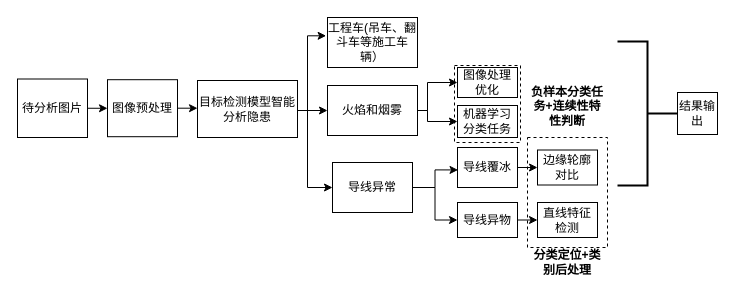
Before: transmission.drawio in paleblackless/diagrams, a draw.io diagram. Source tidied: cells renumbered, new cells numbered last; positions are measured from the earlier drawing's top-left corner, leaving out a move shared by most shapes. Both pictures are drawn from the tidied source at 100%, with x=0, y=0 at pixel (17, 17).
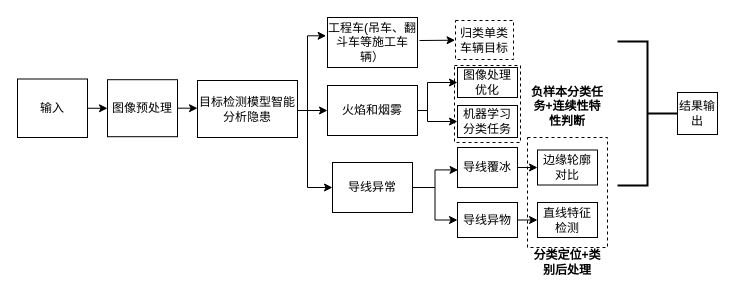
The same diagram, later.

The edit, as a diff of the source:
```diff
@@
-    <mxCell id="3" value="待分析图片" style="rounded=0;whiteSpace=wrap;html=1;" parent="1" vertex="1">
+    <mxCell id="3" value="输入" style="rounded=0;whiteSpace=wrap;html=1;" parent="1" vertex="1">
       <mxGeometry y="61.5" width="70" height="58.5" as="geometry" />
     </mxCell>
@@
+    <mxCell id="31" value="归类单类车辆目标" style="rounded=0;whiteSpace=wrap;html=1;dashed=1;" parent="1" vertex="1">
+      <mxGeometry x="438" y="3" width="58" height="39" as="geometry" />
+    </mxCell>
+    <mxCell id="32" style="endArrow=classic;html=1;rounded=0;entryX=-0.007;entryY=0.505;entryDx=0;entryDy=0;entryPerimeter=0;" parent="1" edge="1" target="31">
+      <mxGeometry relative="1" as="geometry">
+        <mxPoint x="402" y="23" as="sourcePoint" />
+      </mxGeometry>
+    </mxCell>
```
